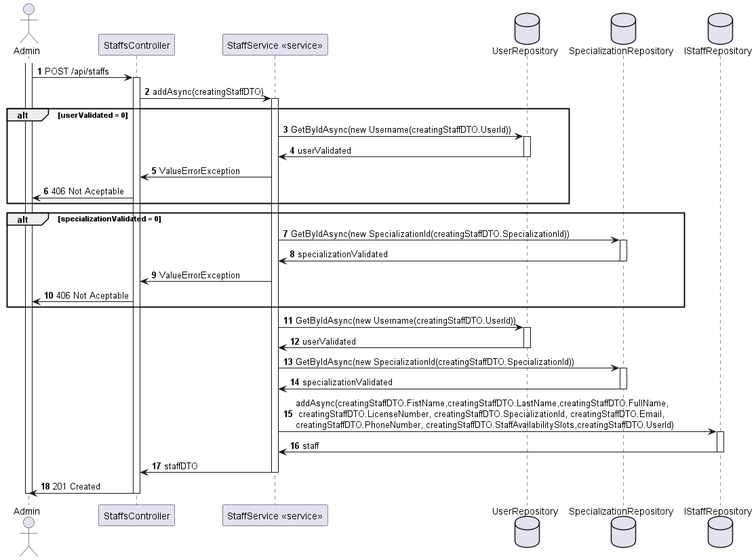
Above: docs/StaffProfileCreate/views/level3/process-view2.png in Lapr5G21/sem5pi-24-25-3ddg21 (PlantUML), before the change. Its diagram source:
```plantuml
@startuml
autonumber
actor Admin as "Admin"
participant CTRL as "StaffsController"
participant SERVICE as "StaffService <<service>>"
database UserRepository as "UserRepository"
database SpecializationRepository as "SpecializationRepository"
database IOperationRequestRepository as "IStaffRepository"

activate Admin

Admin -> CTRL : POST /api/staffs
activate CTRL

CTRL -> SERVICE : addAsync(creatingStaffDTO)
activate SERVICE

alt userValidated = 0

SERVICE -> UserRepository : GetByIdAsync(new Username(creatingStaffDTO.UserId))

activate UserRepository

UserRepository -> SERVICE : userValidated

deactivate UserRepository

SERVICE -> CTRL : ValueErrorException

CTRL -> Admin : 406 Not Aceptable
end alt

alt specializationValidated = 0

SERVICE -> SpecializationRepository : GetByIdAsync(new SpecializationId(creatingStaffDTO.SpecializationId))

activate SpecializationRepository

SpecializationRepository -> SERVICE : specializationValidated

deactivate SpecializationRepository

SERVICE -> CTRL : ValueErrorException

CTRL -> Admin : 406 Not Aceptable
end alt

SERVICE -> UserRepository :  GetByIdAsync(new Username(creatingStaffDTO.UserId))

activate UserRepository

UserRepository -> SERVICE : userValidated

deactivate UserRepository

SERVICE -> SpecializationRepository : GetByIdAsync(new SpecializationId(creatingStaffDTO.SpecializationId))

activate SpecializationRepository

SpecializationRepository -> SERVICE : specializationValidated

deactivate SpecializationRepository
SERVICE -> IOperationRequestRepository : addAsync(creatingStaffDTO.FistName,creatingStaffDTO.LastName,creatingStaffDTO.FullName,\n creatingStaffDTO.LicenseNumber, creatingStaffDTO.SpecializationId, creatingStaffDTO.Email,\ncreatingStaffDTO.PhoneNumber, creatingStaffDTO.StaffAvailabilitySlots,creatingStaffDTO.UserId)

activate IOperationRequestRepository

IOperationRequestRepository -> SERVICE : staff
deactivate IOperationRequestRepository


SERVICE -> CTRL : staffDTO

deactivate SERVICE

CTRL -> Admin : 201 Created

deactivate CTRL

deactivate Admin
@enduml
```
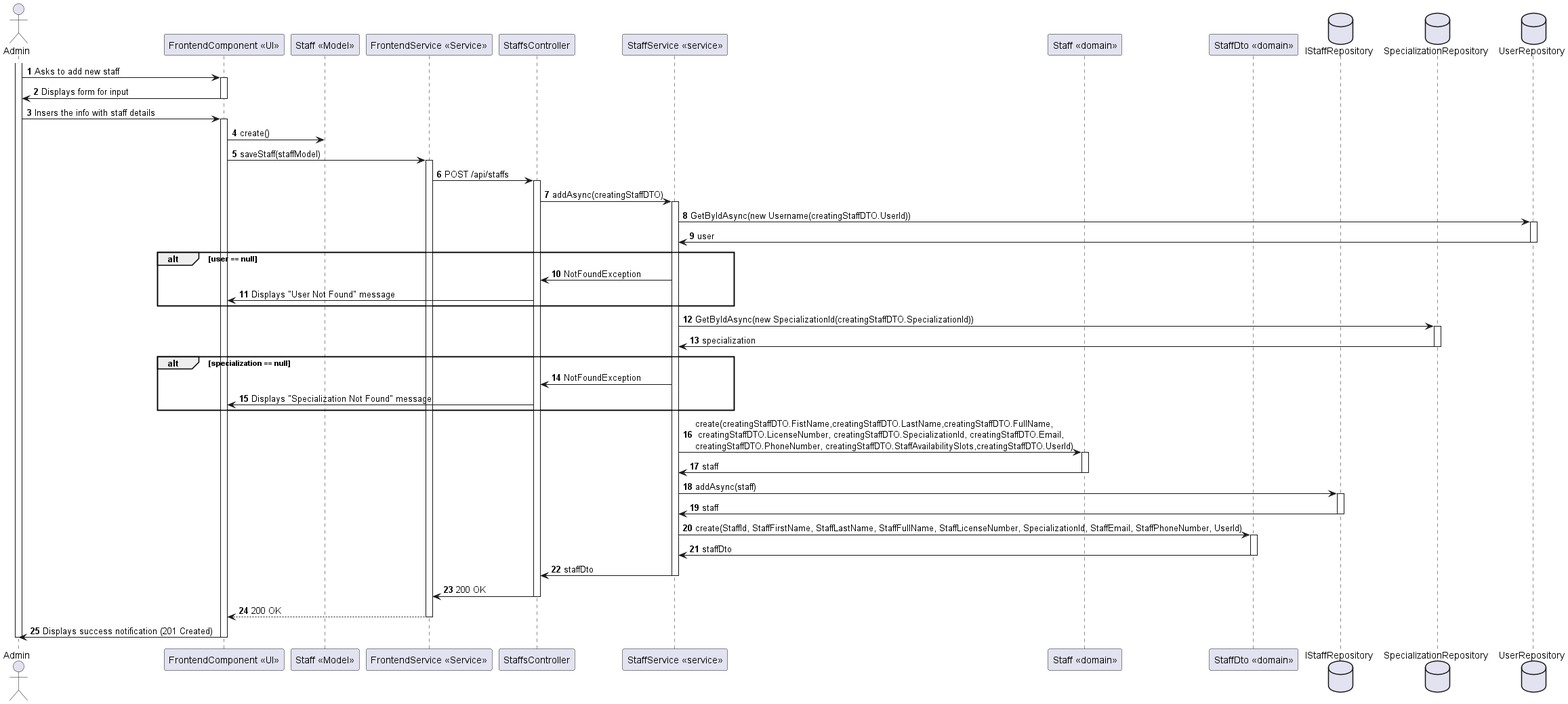
The same diagram one commit later.

The edit, as a diff of the source:
```diff
@@ -1,80 +1,106 @@
 @startuml
 autonumber
 actor Admin as "Admin"
+participant Frontend as "FrontendComponent <<UI>>"
+participant StaffModel as "Staff <<Model>>"
+participant FrontendService as "FrontendService <<Service>>"
 participant CTRL as "StaffsController"
 participant SERVICE as "StaffService <<service>>"
+participant Staff as "Staff <<domain>>"
+participant StaffDTO as "StaffDto <<domain>>"
 database UserRepository as "UserRepository"
 database SpecializationRepository as "SpecializationRepository"
-database IOperationRequestRepository as "IStaffRepository"
+database IStaffRepository as "IStaffRepository"
+database SpecializationRepository as "SpecializationRepository"
+database UserRepository as "UserRepository"
 
 activate Admin
 
-Admin -> CTRL : POST /api/staffs
+Admin -> Frontend : Asks to add new staff
+
+activate Frontend
+Frontend -> Admin : Displays form for input
+deactivate Frontend
+
+Admin -> Frontend : Insers the info with staff details
+
+activate Frontend
+
+Frontend ->  StaffModel : create()
+
+Frontend -> FrontendService : saveStaff(staffModel)
+
+activate FrontendService
+FrontendService -> CTRL : POST /api/staffs
+
 activate CTRL
 
 CTRL -> SERVICE : addAsync(creatingStaffDTO)
 activate SERVICE
 
-alt userValidated = 0
-
 SERVICE -> UserRepository : GetByIdAsync(new Username(creatingStaffDTO.UserId))
 
 activate UserRepository
 
-UserRepository -> SERVICE : userValidated
+UserRepository -> SERVICE : user
 
 deactivate UserRepository
 
-SERVICE -> CTRL : ValueErrorException
+alt user == null
 
-CTRL -> Admin : 406 Not Aceptable
+SERVICE -> CTRL : NotFoundException
+
+CTRL -> Frontend : Displays "User Not Found" message
 end alt
 
-alt specializationValidated = 0
 
 SERVICE -> SpecializationRepository : GetByIdAsync(new SpecializationId(creatingStaffDTO.SpecializationId))
 
 activate SpecializationRepository
 
-SpecializationRepository -> SERVICE : specializationValidated
+SpecializationRepository -> SERVICE : specialization
+
+deactivate SpecializationRepository
+alt specialization == null
+
+SERVICE -> CTRL : NotFoundException
+
+CTRL -> Frontend : Displays "Specialization Not Found" message
+
+end alt
 
 deactivate SpecializationRepository
 
-SERVICE -> CTRL : ValueErrorException
+SERVICE -> Staff : create(creatingStaffDTO.FistName,creatingStaffDTO.LastName,creatingStaffDTO.FullName,\n creatingStaffDTO.LicenseNumber, creatingStaffDTO.SpecializationId, creatingStaffDTO.Email,\ncreatingStaffDTO.PhoneNumber, creatingStaffDTO.StaffAvailabilitySlots,creatingStaffDTO.UserId)
 
-CTRL -> Admin : 406 Not Aceptable
-end alt
+activate Staff
 
-SERVICE -> UserRepository :  GetByIdAsync(new Username(creatingStaffDTO.UserId))
+Staff -> SERVICE : staff
+deactivate Staff
 
-activate UserRepository
+SERVICE -> IStaffRepository : addAsync(staff)
 
-UserRepository -> SERVICE : userValidated
+activate IStaffRepository
 
-deactivate UserRepository
+IStaffRepository -> SERVICE : staff
+deactivate IStaffRepository
 
-SERVICE -> SpecializationRepository : GetByIdAsync(new SpecializationId(creatingStaffDTO.SpecializationId))
+SERVICE -> StaffDTO : create(StaffId, StaffFirstName, StaffLastName, StaffFullName, StaffLicenseNumber, SpecializationId, StaffEmail, StaffPhoneNumber, UserId)
 
-activate SpecializationRepository
+activate StaffDTO
 
-SpecializationRepository -> SERVICE : specializationValidated
+StaffDTO -> SERVICE : staffDto
+deactivate StaffDTO
 
-deactivate SpecializationRepository
-SERVICE -> IOperationRequestRepository : addAsync(creatingStaffDTO.FistName,creatingStaffDTO.LastName,creatingStaffDTO.FullName,\n creatingStaffDTO.LicenseNumber, creatingStaffDTO.SpecializationId, creatingStaffDTO.Email,\ncreatingStaffDTO.PhoneNumber, creatingStaffDTO.StaffAvailabilitySlots,creatingStaffDTO.UserId)
-
-activate IOperationRequestRepository
-
-IOperationRequestRepository -> SERVICE : staff
-deactivate IOperationRequestRepository
-
-
-SERVICE -> CTRL : staffDTO
-
+SERVICE -> CTRL : staffDto
 deactivate SERVICE
 
-CTRL -> Admin : 201 Created
-
+CTRL -> FrontendService : 200 OK
 deactivate CTRL
 
+FrontendService --> Frontend : 200 OK
+deactivate FrontendService
+Frontend -> Admin : Displays success notification (201 Created)
 deactivate Admin
+deactivate Frontend
 @enduml
```
